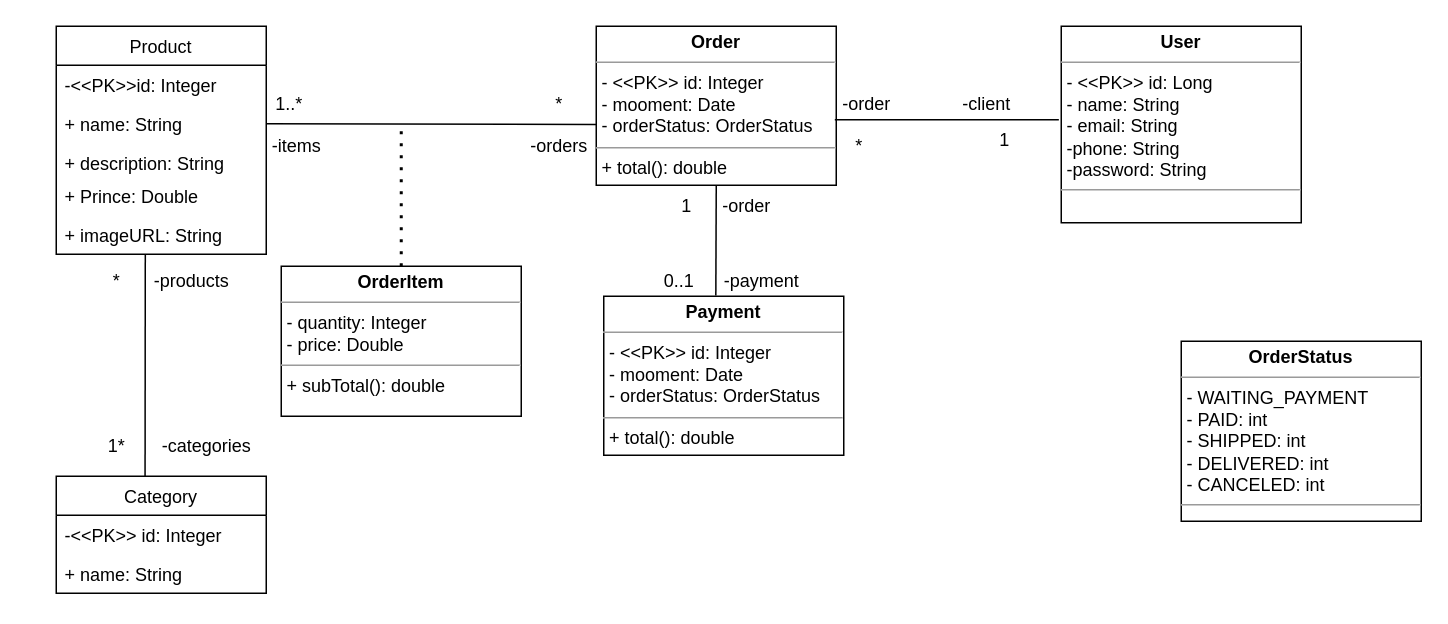
The draw.io diagram UML/StoreBakeryApplication.drawio in RenanTelini/StoreBakeryApplication, before the edit. Source tidied: cells renumbered, new cells numbered last; positions are measured from the earlier drawing's top-left corner, leaving out a move shared by most shapes. Both pictures are drawn from the tidied source at 150%, with x=0, y=0 at pixel (56, 26).
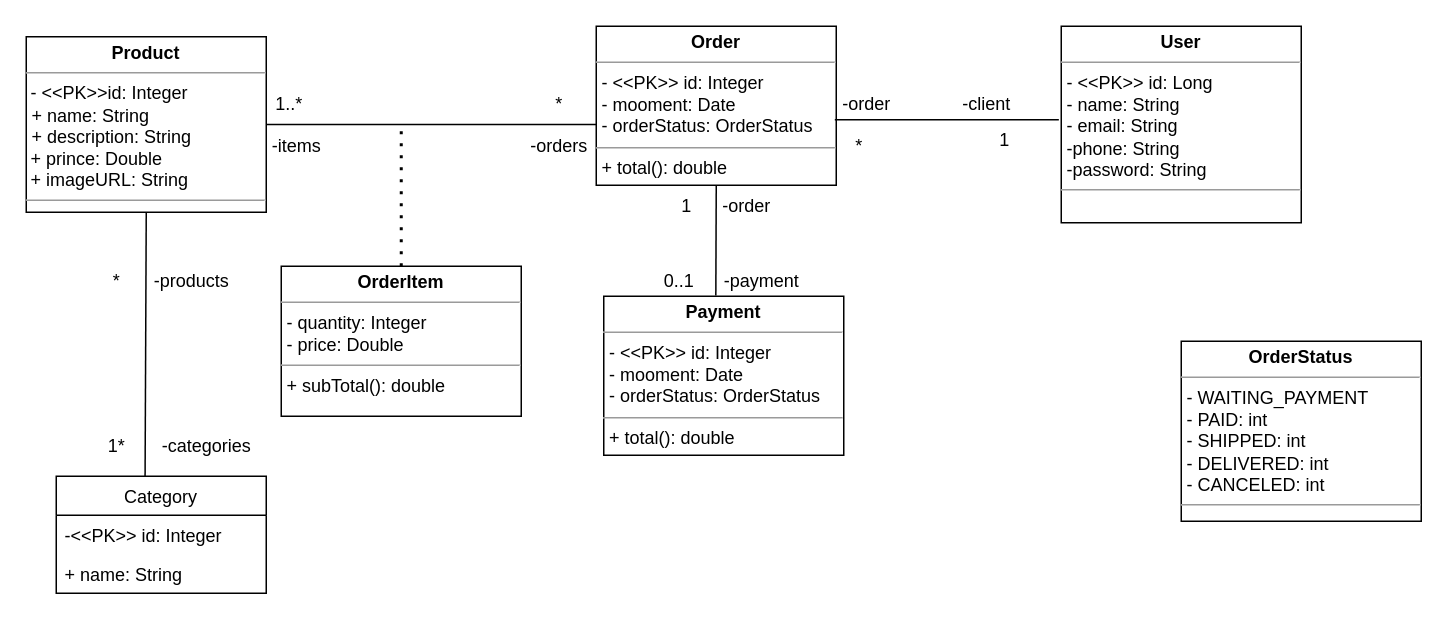
The same page after the edit.

Unchanged cells that the change refers to:
```xml
<mxCell id="8" value="Category" style="swimlane;fontStyle=0;horizontal=1;startSize=26;fillColor=none;" parent="1" vertex="1">
  <mxGeometry y="300" width="140" height="78" as="geometry" />
</mxCell>
<mxCell id="23" value="&lt;p style=&quot;margin: 0px ; margin-top: 4px ; text-align: center&quot;&gt;&lt;b&gt;Order&lt;/b&gt;&lt;/p&gt;&lt;hr size=&quot;1&quot;&gt;&lt;p style=&quot;margin: 0px ; margin-left: 4px&quot;&gt;- &amp;lt;&amp;lt;PK&amp;gt;&amp;gt; id: Integer&lt;br&gt;- mooment: Date&lt;/p&gt;&lt;p style=&quot;margin: 0px ; margin-left: 4px&quot;&gt;- orderStatus: OrderStatus&lt;/p&gt;&lt;hr size=&quot;1&quot;&gt;&lt;p style=&quot;margin: 0px ; margin-left: 4px&quot;&gt;+ total(): double&lt;br&gt;&lt;/p&gt;" style="verticalAlign=top;align=left;overflow=fill;fontSize=12;fontFamily=Helvetica;html=1;" parent="1" vertex="1">
  <mxGeometry x="360" width="160" height="106" as="geometry" />
</mxCell>
```

What changed in the source:
```diff
@@
-    <mxCell id="2" value="Product" style="swimlane;fontStyle=0;horizontal=1;startSize=26;fillColor=none;" parent="1" vertex="1">
-      <mxGeometry width="140" height="152" as="geometry" />
-    </mxCell>
-    <mxCell id="3" value="-&lt;&lt;PK&gt;&gt;id: Integer" style="text;strokeColor=none;fillColor=none;align=left;verticalAlign=top;spacingLeft=4;spacingRight=4;overflow=hidden;" parent="2" vertex="1">
-      <mxGeometry y="26" width="140" height="26" as="geometry" />
-    </mxCell>
-    <mxCell id="4" value="+ name: String" style="text;strokeColor=none;fillColor=none;align=left;verticalAlign=top;spacingLeft=4;spacingRight=4;overflow=hidden;points=[[0,0.5],[1,0.5]];portConstraint=eastwest;" parent="2" vertex="1">
-      <mxGeometry y="52" width="140" height="26" as="geometry" />
-    </mxCell>
-    <mxCell id="5" value="+ description: String    " style="text;strokeColor=none;fillColor=none;align=left;verticalAlign=top;spacingLeft=4;spacingRight=4;overflow=hidden;" parent="2" vertex="1">
-      <mxGeometry y="78" width="140" height="22" as="geometry" />
-    </mxCell>
-    <mxCell id="6" value="+ Prince: Double" style="text;strokeColor=none;fillColor=none;align=left;verticalAlign=top;spacingLeft=4;spacingRight=4;overflow=hidden;" parent="2" vertex="1">
-      <mxGeometry y="100" width="140" height="26" as="geometry" />
-    </mxCell>
-    <mxCell id="7" value="+ imageURL: String" style="text;strokeColor=none;fillColor=none;align=left;verticalAlign=top;spacingLeft=4;spacingRight=4;overflow=hidden;points=[[0,0.5],[1,0.5]];portConstraint=eastwest;" parent="2" vertex="1">
-      <mxGeometry y="126" width="140" height="26" as="geometry" />
-    </mxCell>
@@
-    <mxCell id="11" style="endArrow=none;html=1;rounded=0;exitX=1;exitY=0.5;exitDx=0;exitDy=0;entryX=0;entryY=0.618;entryDx=0;entryDy=0;entryPerimeter=0;" parent="1" edge="1" source="4" target="23">
+    <mxCell id="11" style="endArrow=none;html=1;rounded=0;exitX=1;exitY=0.5;exitDx=0;exitDy=0;entryX=0;entryY=0.618;entryDx=0;entryDy=0;entryPerimeter=0;" parent="1" edge="1" source="37" target="23">
       <mxGeometry relative="1" as="geometry" />
     </mxCell>
@@
-    <mxCell id="14" style="endArrow=none;html=1;rounded=0;exitX=0.424;exitY=1.013;exitDx=0;exitDy=0;entryX=0.423;entryY=0.003;entryDx=0;entryDy=0;exitPerimeter=0;entryPerimeter=0;" parent="1" edge="1" source="7" target="8">
+    <mxCell id="14" style="endArrow=none;html=1;rounded=0;exitX=0.5;exitY=1;exitDx=0;exitDy=0;entryX=0.423;entryY=0.003;entryDx=0;entryDy=0;entryPerimeter=0;" parent="1" edge="1" source="37" target="8">
       <mxGeometry relative="1" as="geometry" />
     </mxCell>
@@
+    <mxCell id="37" value="&lt;p style=&quot;margin: 0px ; margin-top: 4px ; text-align: center&quot;&gt;&lt;b&gt;Product&lt;/b&gt;&lt;/p&gt;&lt;hr size=&quot;1&quot;&gt;&amp;nbsp;- &amp;lt;&amp;lt;PK&amp;gt;&amp;gt;id: Integer&lt;p style=&quot;margin: 0px ; margin-left: 4px&quot;&gt;+ name: String&lt;br&gt;&lt;/p&gt;&lt;p style=&quot;margin: 0px ; margin-left: 4px&quot;&gt;+ description: String&lt;/p&gt;&amp;nbsp;+ prince: Double&lt;br&gt;&amp;nbsp;+ imageURL: String&lt;br&gt;&lt;hr size=&quot;1&quot;&gt;&lt;p style=&quot;margin: 0px ; margin-left: 4px&quot;&gt;&lt;br&gt;&lt;/p&gt;" style="verticalAlign=top;align=left;overflow=fill;fontSize=12;fontFamily=Helvetica;html=1;" parent="1" vertex="1">
+      <mxGeometry x="-20" y="7" width="160" height="117" as="geometry" />
+    </mxCell>
```
